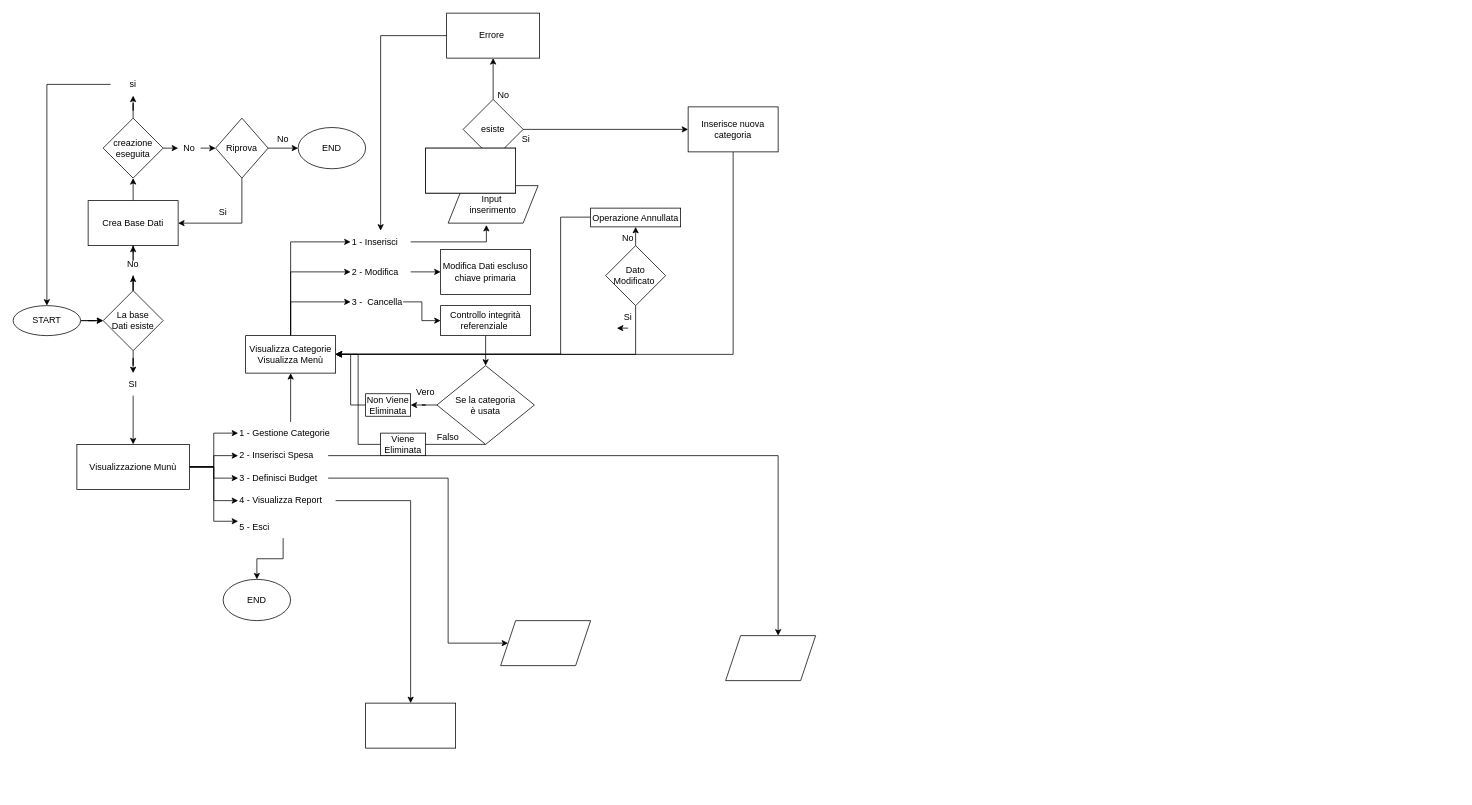
The draw.io diagram DiagrammaProcessiGeSpe.drawio in gaetano-falletta/GaetanoFallettaPersonalExpenseSystem, before the edit. Source tidied: cells renumbered, new cells numbered last; positions are measured from the earlier drawing's top-left corner, leaving out a move shared by most shapes. Both pictures are drawn from the tidied source at 75%, with x=0, y=0 at pixel (13, 13).
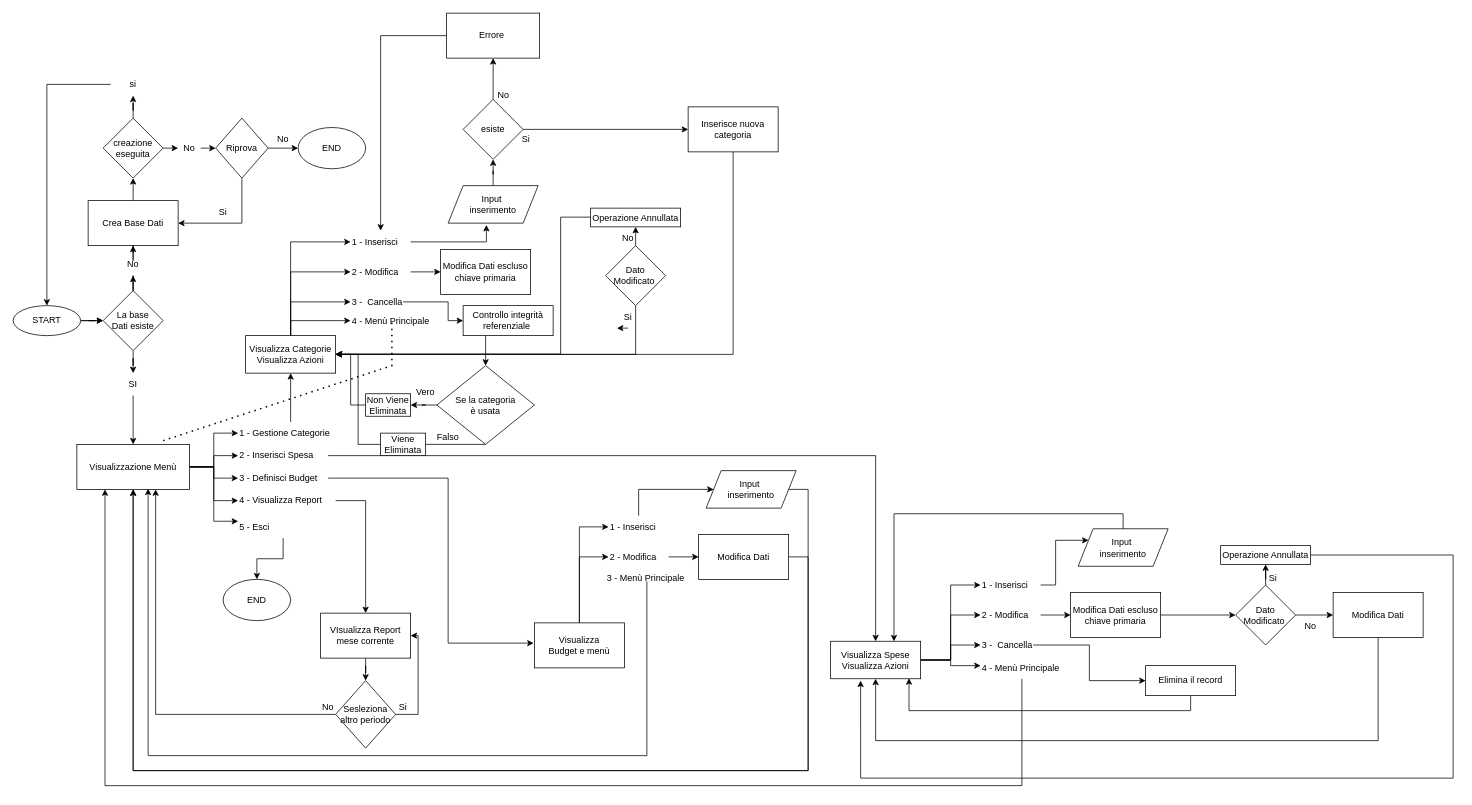
After the change.

The change refers to these unchanged cells:
```xml
<mxCell id="30" value="2 - Inserisci Spesa&amp;nbsp;" style="text;html=1;whiteSpace=wrap;strokeColor=none;fillColor=none;align=left;verticalAlign=middle;rounded=0;" parent="1" vertex="1">
  <mxGeometry x="300" y="575" width="120" height="30" as="geometry" />
</mxCell>
<mxCell id="32" value="3 - Definisci Budget" style="text;html=1;whiteSpace=wrap;strokeColor=none;fillColor=none;align=left;verticalAlign=middle;rounded=0;" parent="1" vertex="1">
  <mxGeometry x="300" y="605" width="120" height="30" as="geometry" />
</mxCell>
<mxCell id="34" value="4 - Visualizza Report" style="text;html=1;whiteSpace=wrap;strokeColor=none;fillColor=none;align=left;verticalAlign=middle;rounded=0;" parent="1" vertex="1">
  <mxGeometry x="300" y="635" width="130" height="30" as="geometry" />
</mxCell>
<mxCell id="50" value="3 -&amp;nbsp; Cancella" style="text;html=1;whiteSpace=wrap;strokeColor=none;fillColor=none;align=left;verticalAlign=middle;rounded=0;" parent="1" vertex="1">
  <mxGeometry x="450" y="370" width="70" height="30" as="geometry" />
</mxCell>
<mxCell id="83" value="Se la categoria&lt;div&gt;&amp;nbsp;è usata&amp;nbsp;&lt;/div&gt;" style="rhombus;whiteSpace=wrap;html=1;rounded=0;" parent="1" vertex="1">
  <mxGeometry x="565" y="470" width="130" height="105" as="geometry" />
</mxCell>
```

The edit, as a diff of the source:
```diff
@@
-    <mxCell id="17" value="Visualizzazione Munù" style="whiteSpace=wrap;html=1;" parent="1" vertex="1">
+    <mxCell id="17" value="Visualizzazione Menù" style="whiteSpace=wrap;html=1;" parent="1" vertex="1">
       <mxGeometry x="85" y="575" width="150" height="60" as="geometry" />
     </mxCell>
@@
-    <mxCell id="29" style="edgeStyle=orthogonalEdgeStyle;rounded=0;jettySize=auto;html=1;" parent="1" edge="1" source="30" target="37">
+    <mxCell id="29" style="edgeStyle=orthogonalEdgeStyle;rounded=0;jettySize=auto;html=1;entryX=0.5;entryY=0;entryDx=0;entryDy=0;" parent="1" edge="1" source="30" target="129">
       <mxGeometry relative="1" as="geometry">
         <Array as="points">
-          <mxPoint x="1020" y="590" />
+          <mxPoint x="1150" y="590" />
         </Array>
       </mxGeometry>
     </mxCell>
@@
-    <mxCell id="31" style="edgeStyle=orthogonalEdgeStyle;rounded=0;jettySize=auto;html=1;entryX=0;entryY=0.5;entryDx=0;entryDy=0;" parent="1" edge="1" source="32" target="38">
+    <mxCell id="31" style="edgeStyle=orthogonalEdgeStyle;rounded=0;jettySize=auto;html=1;entryX=0;entryY=0.5;entryDx=0;entryDy=0;" parent="1" edge="1" source="32">
       <mxGeometry relative="1" as="geometry">
+        <mxPoint x="694" y="840" as="targetPoint" />
         <Array as="points">
           <mxPoint x="580" y="620" />
           <mxPoint x="580" y="840" />
         </Array>
       </mxGeometry>
     </mxCell>
@@
     <mxCell id="33" style="edgeStyle=orthogonalEdgeStyle;rounded=0;jettySize=auto;html=1;" parent="1" edge="1" source="34" target="89">
-      <mxGeometry relative="1" as="geometry" />
+      <mxGeometry relative="1" as="geometry">
+        <Array as="points">
+          <mxPoint x="470" y="650" />
+        </Array>
+      </mxGeometry>
     </mxCell>
@@
-    <mxCell id="37" style="shape=parallelogram;perimeter=parallelogramPerimeter;whiteSpace=wrap;html=1;fixedSize=1;" parent="1" vertex="1">
-      <mxGeometry x="950" y="830" width="120" height="60" as="geometry" />
-    </mxCell>
-    <mxCell id="38" style="shape=parallelogram;perimeter=parallelogramPerimeter;whiteSpace=wrap;html=1;fixedSize=1;" parent="1" vertex="1">
-      <mxGeometry x="650" y="810" width="120" height="60" as="geometry" />
-    </mxCell>
@@
     <mxCell id="49" style="edgeStyle=orthogonalEdgeStyle;rounded=0;jettySize=auto;html=1;exitX=1;exitY=0.5;exitDx=0;exitDy=0;entryX=0;entryY=0.5;entryDx=0;entryDy=0;" parent="1" edge="1" source="50" target="80">
-      <mxGeometry relative="1" as="geometry" />
+      <mxGeometry relative="1" as="geometry">
+        <Array as="points">
+          <mxPoint x="580" y="385" />
+          <mxPoint x="580" y="410" />
+        </Array>
+      </mxGeometry>
     </mxCell>
@@
+    <mxCell id="90" style="edgeStyle=orthogonalEdgeStyle;rounded=0;jettySize=auto;html=1;exitX=0.5;exitY=0;exitDx=0;exitDy=0;" parent="1" edge="1" source="54" target="135">
+      <mxGeometry relative="1" as="geometry">
+        <Array as="points">
+          <mxPoint x="370" y="410" />
+        </Array>
+      </mxGeometry>
+    </mxCell>
-    <mxCell id="54" value="Visualizza Categorie&lt;br&gt;Visualizza Menù" style="whiteSpace=wrap;html=1;" parent="1" vertex="1">
+    <mxCell id="54" value="Visualizza Categorie&lt;br&gt;Visualizza Azioni" style="whiteSpace=wrap;html=1;" parent="1" vertex="1">
       <mxGeometry x="310" y="430" width="120" height="50" as="geometry" />
     </mxCell>
@@
-    <mxCell id="74" style="rounded=0;whiteSpace=wrap;html=1;" parent="1" vertex="1">
-      <mxGeometry x="550" y="180" width="120" height="60" as="geometry" />
-    </mxCell>
@@
-    <mxCell id="78" style="rounded=0;whiteSpace=wrap;html=1;" parent="1" vertex="1">
-      <mxGeometry x="550" y="180" width="120" height="60" as="geometry" />
-    </mxCell>
     <mxCell id="79" style="edgeStyle=orthogonalEdgeStyle;rounded=0;jettySize=auto;html=1;" parent="1" edge="1" source="80" target="83">
-      <mxGeometry relative="1" as="geometry" />
+      <mxGeometry relative="1" as="geometry">
+        <Array as="points">
+          <mxPoint x="630" y="450" />
+          <mxPoint x="630" y="450" />
+        </Array>
+      </mxGeometry>
     </mxCell>
     <mxCell id="80" value="Controllo integrità referenziale&amp;nbsp;" style="rounded=0;whiteSpace=wrap;html=1;" parent="1" vertex="1">
-      <mxGeometry x="570" y="390" width="120" height="40" as="geometry" />
+      <mxGeometry x="600" y="390" width="120" height="40" as="geometry" />
     </mxCell>
@@
+    <mxCell id="91" style="edgeStyle=orthogonalEdgeStyle;rounded=0;jettySize=auto;html=1;" parent="1" edge="1" source="89" target="103">
+      <mxGeometry relative="1" as="geometry" />
+    </mxCell>
-    <mxCell id="89" style="whiteSpace=wrap;html=1;" parent="1" vertex="1">
-      <mxGeometry x="470" y="920" width="120" height="60" as="geometry" />
+    <mxCell id="89" value="VIsualizza Report mese corrente" style="whiteSpace=wrap;html=1;" parent="1" vertex="1">
+      <mxGeometry x="410" y="800" width="120" height="60" as="geometry" />
     </mxCell>
+    <mxCell id="92" style="edgeStyle=orthogonalEdgeStyle;rounded=0;jettySize=auto;html=1;exitX=0.5;exitY=0;exitDx=0;exitDy=0;entryX=0;entryY=0.5;entryDx=0;entryDy=0;" parent="1" edge="1" source="93" target="101">
+      <mxGeometry relative="1" as="geometry">
+        <Array as="points">
+          <mxPoint x="834" y="635" />
+        </Array>
+      </mxGeometry>
+    </mxCell>
+    <mxCell id="93" value="1 - Inserisci" style="text;html=1;whiteSpace=wrap;strokeColor=none;fillColor=none;align=left;verticalAlign=middle;rounded=0;" parent="1" vertex="1">
+      <mxGeometry x="794" y="670" width="80" height="30" as="geometry" />
+    </mxCell>
+    <mxCell id="94" style="edgeStyle=orthogonalEdgeStyle;rounded=0;jettySize=auto;html=1;exitX=1;exitY=0.5;exitDx=0;exitDy=0;" parent="1" edge="1" source="95" target="99">
+      <mxGeometry relative="1" as="geometry" />
+    </mxCell>
+    <mxCell id="95" value="2 - Modifica" style="text;html=1;whiteSpace=wrap;strokeColor=none;fillColor=none;align=left;verticalAlign=middle;rounded=0;" parent="1" vertex="1">
+      <mxGeometry x="794" y="710" width="80" height="30" as="geometry" />
+    </mxCell>
+    <mxCell id="96" style="edgeStyle=orthogonalEdgeStyle;rounded=0;jettySize=auto;html=1;entryX=0;entryY=0.5;entryDx=0;entryDy=0;exitX=0.5;exitY=0;exitDx=0;exitDy=0;" parent="1" edge="1" source="139" target="93">
+      <mxGeometry relative="1" as="geometry" />
+    </mxCell>
+    <mxCell id="97" style="edgeStyle=orthogonalEdgeStyle;rounded=0;jettySize=auto;html=1;entryX=0;entryY=0.5;entryDx=0;entryDy=0;exitX=0.5;exitY=0;exitDx=0;exitDy=0;" parent="1" edge="1" source="139" target="95">
+      <mxGeometry relative="1" as="geometry" />
+    </mxCell>
+    <mxCell id="98" style="edgeStyle=orthogonalEdgeStyle;rounded=0;jettySize=auto;html=1;exitX=1;exitY=0.5;exitDx=0;exitDy=0;entryX=0.5;entryY=1;entryDx=0;entryDy=0;" parent="1" edge="1" source="99" target="17">
+      <mxGeometry relative="1" as="geometry">
+        <Array as="points">
+          <mxPoint x="1060" y="725" />
+          <mxPoint x="1060" y="1010" />
+          <mxPoint x="160" y="1010" />
+        </Array>
+      </mxGeometry>
+    </mxCell>
+    <mxCell id="99" value="Modifica Dati" style="whiteSpace=wrap;html=1;" parent="1" vertex="1">
+      <mxGeometry x="914" y="695" width="120" height="60" as="geometry" />
+    </mxCell>
+    <mxCell id="100" style="edgeStyle=orthogonalEdgeStyle;rounded=0;jettySize=auto;html=1;exitX=1;exitY=0.5;exitDx=0;exitDy=0;entryX=0.5;entryY=1;entryDx=0;entryDy=0;" parent="1" edge="1" source="101" target="17">
+      <mxGeometry relative="1" as="geometry">
+        <Array as="points">
+          <mxPoint x="1060" y="635" />
+          <mxPoint x="1060" y="1010" />
+          <mxPoint x="160" y="1010" />
+        </Array>
+      </mxGeometry>
+    </mxCell>
+    <mxCell id="101" value="Input&amp;nbsp;&lt;div&gt;inserimento&lt;/div&gt;" style="shape=parallelogram;perimeter=parallelogramPerimeter;whiteSpace=wrap;html=1;fixedSize=1;" parent="1" vertex="1">
+      <mxGeometry x="924" y="610" width="120" height="50" as="geometry" />
+    </mxCell>
+    <mxCell id="102" style="edgeStyle=orthogonalEdgeStyle;rounded=0;jettySize=auto;html=1;exitX=1;exitY=0.5;exitDx=0;exitDy=0;entryX=1;entryY=0.5;entryDx=0;entryDy=0;" parent="1" edge="1" source="103" target="89">
+      <mxGeometry relative="1" as="geometry">
+        <Array as="points">
+          <mxPoint x="540" y="935" />
+          <mxPoint x="540" y="830" />
+        </Array>
+      </mxGeometry>
+    </mxCell>
+    <mxCell id="103" value="Sesleziona altro periodo" style="rhombus;whiteSpace=wrap;html=1;" parent="1" vertex="1">
+      <mxGeometry x="430" y="890" width="80" height="90" as="geometry" />
+    </mxCell>
+    <mxCell id="104" style="edgeStyle=orthogonalEdgeStyle;rounded=0;jettySize=auto;html=1;exitX=0;exitY=0.5;exitDx=0;exitDy=0;entryX=0.7;entryY=1;entryDx=0;entryDy=0;entryPerimeter=0;" parent="1" edge="1" source="103" target="17">
+      <mxGeometry relative="1" as="geometry" />
+    </mxCell>
+    <mxCell id="105" value="Si" style="text;html=1;whiteSpace=wrap;strokeColor=none;fillColor=none;align=center;verticalAlign=middle;rounded=0;" parent="1" vertex="1">
+      <mxGeometry x="490" y="910" width="60" height="30" as="geometry" />
+    </mxCell>
+    <mxCell id="106" value="No" style="text;html=1;whiteSpace=wrap;strokeColor=none;fillColor=none;align=center;verticalAlign=middle;rounded=0;" parent="1" vertex="1">
+      <mxGeometry x="390" y="910" width="60" height="30" as="geometry" />
+    </mxCell>
+    <mxCell id="107" style="edgeStyle=orthogonalEdgeStyle;rounded=0;jettySize=auto;html=1;exitX=1;exitY=0.5;exitDx=0;exitDy=0;entryX=0;entryY=0.25;entryDx=0;entryDy=0;" parent="1" edge="1" source="108" target="119">
+      <mxGeometry relative="1" as="geometry">
+        <Array as="points">
+          <mxPoint x="1390" y="763" />
+          <mxPoint x="1390" y="703" />
+        </Array>
+      </mxGeometry>
+    </mxCell>
+    <mxCell id="108" value="1 - Inserisci" style="text;html=1;whiteSpace=wrap;strokeColor=none;fillColor=none;align=left;verticalAlign=middle;rounded=0;" parent="1" vertex="1">
+      <mxGeometry x="1290" y="747.5" width="80" height="30" as="geometry" />
+    </mxCell>
+    <mxCell id="109" style="edgeStyle=orthogonalEdgeStyle;rounded=0;jettySize=auto;html=1;" parent="1" edge="1" source="110" target="118">
+      <mxGeometry relative="1" as="geometry" />
+    </mxCell>
+    <mxCell id="110" value="2 - Modifica" style="text;html=1;whiteSpace=wrap;strokeColor=none;fillColor=none;align=left;verticalAlign=middle;rounded=0;" parent="1" vertex="1">
+      <mxGeometry x="1290" y="787.5" width="80" height="30" as="geometry" />
+    </mxCell>
+    <mxCell id="111" style="edgeStyle=orthogonalEdgeStyle;rounded=0;jettySize=auto;html=1;exitX=1;exitY=0.5;exitDx=0;exitDy=0;entryX=0;entryY=0.5;entryDx=0;entryDy=0;" parent="1" edge="1" source="112" target="126">
+      <mxGeometry relative="1" as="geometry" />
+    </mxCell>
+    <mxCell id="112" value="3 -&amp;nbsp; Cancella" style="text;html=1;whiteSpace=wrap;strokeColor=none;fillColor=none;align=left;verticalAlign=middle;rounded=0;" parent="1" vertex="1">
+      <mxGeometry x="1290" y="827.5" width="70" height="30" as="geometry" />
+    </mxCell>
+    <mxCell id="113" style="edgeStyle=orthogonalEdgeStyle;rounded=0;jettySize=auto;html=1;entryX=0;entryY=0.5;entryDx=0;entryDy=0;exitX=1;exitY=0.5;exitDx=0;exitDy=0;" parent="1" edge="1" source="129" target="108">
+      <mxGeometry relative="1" as="geometry" />
+    </mxCell>
+    <mxCell id="114" style="edgeStyle=orthogonalEdgeStyle;rounded=0;jettySize=auto;html=1;entryX=0;entryY=0.5;entryDx=0;entryDy=0;exitX=1;exitY=0.5;exitDx=0;exitDy=0;" parent="1" edge="1" source="129" target="110">
+      <mxGeometry relative="1" as="geometry" />
+    </mxCell>
+    <mxCell id="115" style="edgeStyle=orthogonalEdgeStyle;rounded=0;jettySize=auto;html=1;exitX=0.5;exitY=1;exitDx=0;exitDy=0;entryX=0.5;entryY=1;entryDx=0;entryDy=0;" parent="1" edge="1" source="116" target="129">
+      <mxGeometry relative="1" as="geometry">
+        <Array as="points">
+          <mxPoint x="1820" y="970" />
+          <mxPoint x="1150" y="970" />
+        </Array>
+      </mxGeometry>
+    </mxCell>
+    <mxCell id="116" value="Modifica Dati" style="whiteSpace=wrap;html=1;" parent="1" vertex="1">
+      <mxGeometry x="1760" y="772.5" width="120" height="60" as="geometry" />
+    </mxCell>
+    <mxCell id="117" style="edgeStyle=orthogonalEdgeStyle;rounded=0;jettySize=auto;html=1;exitX=1;exitY=0.5;exitDx=0;exitDy=0;entryX=0;entryY=0.5;entryDx=0;entryDy=0;" parent="1" edge="1" source="118" target="122">
+      <mxGeometry relative="1" as="geometry" />
+    </mxCell>
+    <mxCell id="118" value="Modifica Dati escluso chiave primaria" style="whiteSpace=wrap;html=1;" parent="1" vertex="1">
+      <mxGeometry x="1410" y="772.5" width="120" height="60" as="geometry" />
+    </mxCell>
+    <mxCell id="119" value="Input&amp;nbsp;&lt;div&gt;inserimento&lt;/div&gt;" style="shape=parallelogram;perimeter=parallelogramPerimeter;whiteSpace=wrap;html=1;fixedSize=1;" parent="1" vertex="1">
+      <mxGeometry x="1420" y="687.5" width="120" height="50" as="geometry" />
+    </mxCell>
+    <mxCell id="120" style="edgeStyle=orthogonalEdgeStyle;rounded=0;jettySize=auto;html=1;exitX=1;exitY=0.5;exitDx=0;exitDy=0;" parent="1" edge="1" source="122" target="116">
+      <mxGeometry relative="1" as="geometry" />
+    </mxCell>
+    <mxCell id="121" style="edgeStyle=orthogonalEdgeStyle;rounded=0;jettySize=auto;html=1;exitX=0.5;exitY=0;exitDx=0;exitDy=0;" parent="1" edge="1" source="122" target="125">
+      <mxGeometry relative="1" as="geometry" />
+    </mxCell>
+    <mxCell id="122" value="Dato Modificato&amp;nbsp;" style="rhombus;whiteSpace=wrap;html=1;" parent="1" vertex="1">
+      <mxGeometry x="1630" y="762.5" width="80" height="80" as="geometry" />
+    </mxCell>
+    <mxCell id="123" value="No" style="text;html=1;whiteSpace=wrap;strokeColor=none;fillColor=none;align=center;verticalAlign=middle;rounded=0;" parent="1" vertex="1">
+      <mxGeometry x="1700" y="802.5" width="60" height="30" as="geometry" />
+    </mxCell>
+    <mxCell id="124" value="Si" style="text;html=1;whiteSpace=wrap;strokeColor=none;fillColor=none;align=center;verticalAlign=middle;rounded=0;" parent="1" vertex="1">
+      <mxGeometry x="1650" y="737.5" width="60" height="30" as="geometry" />
+    </mxCell>
+    <mxCell id="125" value="Operazione Annullata" style="whiteSpace=wrap;html=1;" parent="1" vertex="1">
+      <mxGeometry x="1610" y="710" width="120" height="25" as="geometry" />
+    </mxCell>
+    <mxCell id="126" value="Elimina il record" style="rounded=0;whiteSpace=wrap;html=1;" parent="1" vertex="1">
+      <mxGeometry x="1510" y="870" width="120" height="40" as="geometry" />
+    </mxCell>
+    <mxCell id="127" style="edgeStyle=orthogonalEdgeStyle;rounded=0;jettySize=auto;html=1;exitX=1;exitY=0.5;exitDx=0;exitDy=0;entryX=0;entryY=0.5;entryDx=0;entryDy=0;" parent="1" edge="1" source="129" target="112">
+      <mxGeometry relative="1" as="geometry" />
+    </mxCell>
+    <mxCell id="128" style="edgeStyle=orthogonalEdgeStyle;rounded=0;jettySize=auto;html=1;exitX=1;exitY=0.5;exitDx=0;exitDy=0;" parent="1" edge="1" source="129" target="134">
+      <mxGeometry relative="1" as="geometry">
+        <Array as="points">
+          <mxPoint x="1250" y="863" />
+          <mxPoint x="1250" y="870" />
+        </Array>
+      </mxGeometry>
+    </mxCell>
+    <mxCell id="129" value="Visualizza Spese&lt;br&gt;Visualizza Azioni" style="whiteSpace=wrap;html=1;" parent="1" vertex="1">
+      <mxGeometry x="1090" y="837.5" width="120" height="50" as="geometry" />
+    </mxCell>
+    <mxCell id="130" style="edgeStyle=orthogonalEdgeStyle;rounded=0;jettySize=auto;html=1;exitX=0.5;exitY=1;exitDx=0;exitDy=0;entryX=0.871;entryY=0.987;entryDx=0;entryDy=0;entryPerimeter=0;" parent="1" edge="1" source="126" target="129">
+      <mxGeometry relative="1" as="geometry" />
+    </mxCell>
+    <mxCell id="131" style="edgeStyle=orthogonalEdgeStyle;rounded=0;jettySize=auto;html=1;exitX=1;exitY=0.5;exitDx=0;exitDy=0;entryX=0.333;entryY=1.05;entryDx=0;entryDy=0;entryPerimeter=0;" parent="1" edge="1" source="125" target="129">
+      <mxGeometry relative="1" as="geometry">
+        <Array as="points">
+          <mxPoint x="1920" y="723" />
+          <mxPoint x="1920" y="1020" />
+          <mxPoint x="1130" y="1020" />
+        </Array>
+      </mxGeometry>
+    </mxCell>
+    <mxCell id="132" style="edgeStyle=orthogonalEdgeStyle;rounded=0;jettySize=auto;html=1;exitX=0.5;exitY=0;exitDx=0;exitDy=0;entryX=0.704;entryY=0.003;entryDx=0;entryDy=0;entryPerimeter=0;" parent="1" edge="1" source="119" target="129">
+      <mxGeometry relative="1" as="geometry" />
+    </mxCell>
+    <mxCell id="133" style="edgeStyle=orthogonalEdgeStyle;rounded=0;jettySize=auto;html=1;exitX=0.5;exitY=1;exitDx=0;exitDy=0;entryX=0.25;entryY=1;entryDx=0;entryDy=0;" parent="1" edge="1" source="134" target="17">
+      <mxGeometry relative="1" as="geometry">
+        <Array as="points">
+          <mxPoint x="1345" y="1030" />
+          <mxPoint x="123" y="1030" />
+        </Array>
+      </mxGeometry>
+    </mxCell>
+    <mxCell id="134" value="4 -&amp;nbsp;Menù Principale" style="text;html=1;whiteSpace=wrap;strokeColor=none;fillColor=none;align=left;verticalAlign=middle;rounded=0;" parent="1" vertex="1">
+      <mxGeometry x="1290" y="857.5" width="110" height="30" as="geometry" />
+    </mxCell>
+    <mxCell id="135" value="4 -&amp;nbsp;Menù Principale" style="text;html=1;whiteSpace=wrap;strokeColor=none;fillColor=none;align=left;verticalAlign=middle;rounded=0;" parent="1" vertex="1">
+      <mxGeometry x="450" y="410" width="110" as="geometry" />
+    </mxCell>
+    <mxCell id="136" style="endArrow=none;dashed=1;html=1;dashPattern=1 3;strokeWidth=2;rounded=0;" parent="1" edge="1" target="135">
+      <mxGeometry relative="1" as="geometry">
+        <mxPoint x="200" y="570" as="sourcePoint" />
+        <Array as="points">
+          <mxPoint x="505" y="470" />
+        </Array>
+      </mxGeometry>
+    </mxCell>
+    <mxCell id="137" value="3 -&amp;nbsp;Menù Principale" style="text;html=1;whiteSpace=wrap;strokeColor=none;fillColor=none;align=left;verticalAlign=middle;rounded=0;" parent="1" vertex="1">
+      <mxGeometry x="790" y="747.5" width="110" height="10" as="geometry" />
+    </mxCell>
+    <mxCell id="138" style="edgeStyle=orthogonalEdgeStyle;rounded=0;jettySize=auto;html=1;exitX=0.5;exitY=1;exitDx=0;exitDy=0;" parent="1" edge="1" source="137">
+      <mxGeometry relative="1" as="geometry">
+        <mxPoint x="180" y="634" as="targetPoint" />
+        <Array as="points">
+          <mxPoint x="845" y="990" />
+          <mxPoint x="180" y="990" />
+          <mxPoint x="180" y="634" />
+        </Array>
+      </mxGeometry>
+    </mxCell>
+    <mxCell id="139" value="Visualizza&lt;div&gt;Budget e menù&lt;/div&gt;" style="rounded=0;whiteSpace=wrap;html=1;" parent="1" vertex="1">
+      <mxGeometry x="695" y="813" width="120" height="60" as="geometry" />
+    </mxCell>
```
